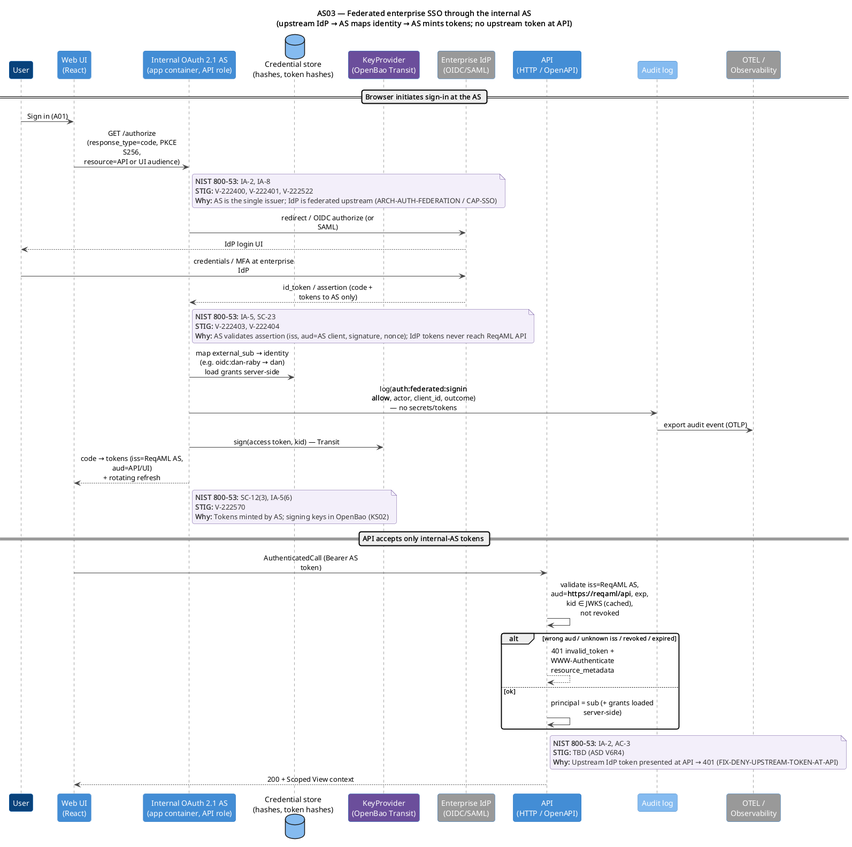
Above: docs/design/c4/sequences/AS03-federated-sso-via-as.png in danrabydev/sdoc-intake (PlantUML), before the change.
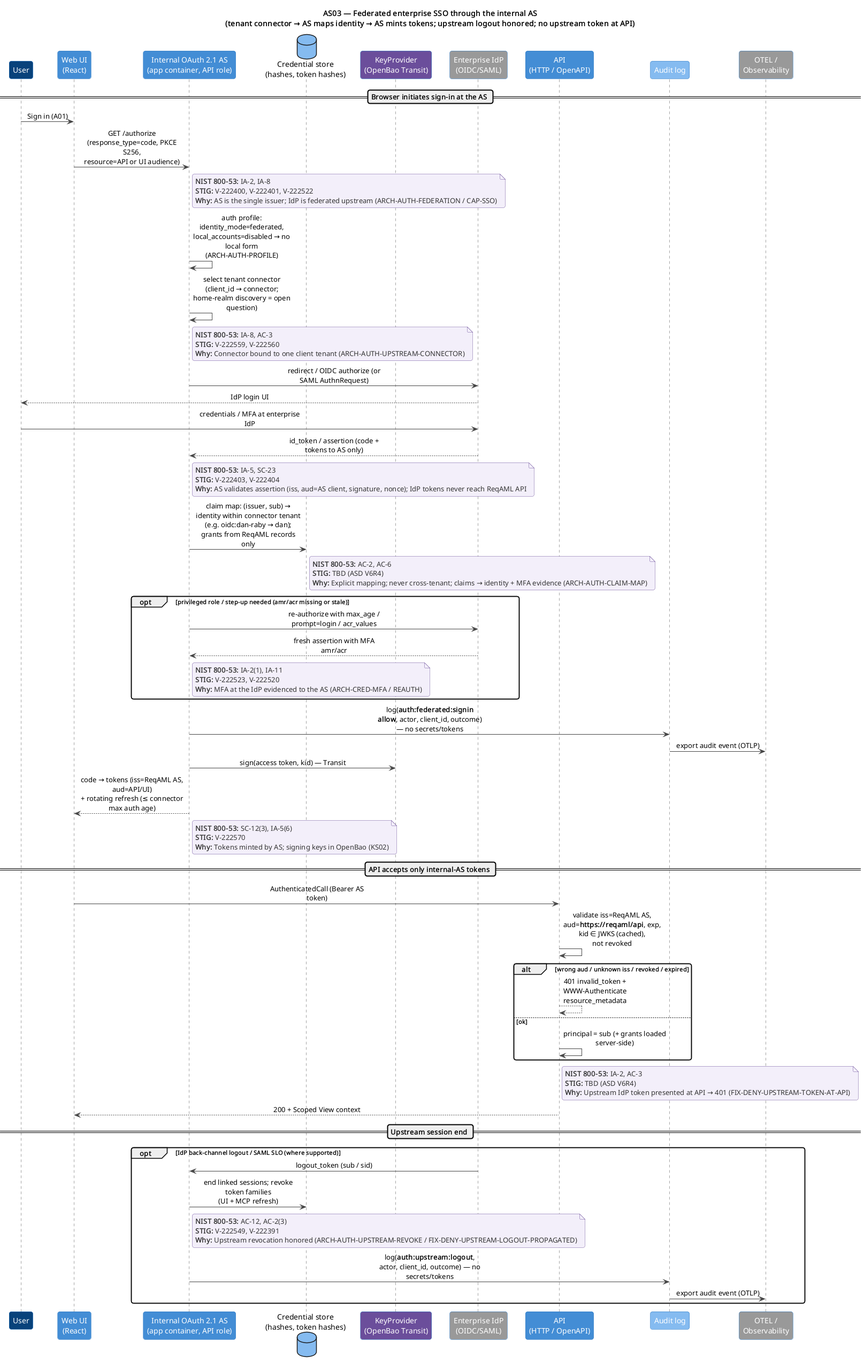
After the commit.

Diff of the diagram source:
```diff
@@ -1,7 +1,7 @@
 @startuml AS03-federated-sso-via-as
 !include ../includes/C4_Sequence_Macros.puml
 
-title AS03 — Federated enterprise SSO through the internal AS\n(upstream IdP → AS maps identity → AS mints tokens; no upstream token at API)
+title AS03 — Federated enterprise SSO through the internal AS\n(tenant connector → AS maps identity → AS mints tokens; upstream logout honored; no upstream token at API)
 
 C4Seq_User()
 C4Seq_WebUI()
@@ -19,16 +19,28 @@
 seqWebUI -> seqAuthServer : GET /authorize (response_type=code, PKCE S256,\nresource=API or UI audience)
 ControlNote(seqAuthServer, "IA-2, IA-8", "V-222400, V-222401, V-222522", "AS is the single issuer; IdP is federated upstream (ARCH-AUTH-FEDERATION / CAP-SSO)")
 
-seqAuthServer -> seqIdP : redirect / OIDC authorize (or SAML)
+seqAuthServer -> seqAuthServer : auth profile: identity_mode=federated,\nlocal_accounts=disabled → no local form (ARCH-AUTH-PROFILE)
+seqAuthServer -> seqAuthServer : select tenant connector (client_id → connector;\nhome-realm discovery = open question)
+ControlNote(seqAuthServer, "IA-8, AC-3", "V-222559, V-222560", "Connector bound to one client tenant (ARCH-AUTH-UPSTREAM-CONNECTOR)")
+
+seqAuthServer -> seqIdP : redirect / OIDC authorize (or SAML AuthnRequest)
 seqIdP --> seqUser : IdP login UI
 seqUser -> seqIdP : credentials / MFA at enterprise IdP
 seqIdP --> seqAuthServer : id_token / assertion (code + tokens to AS only)
 ControlNote(seqAuthServer, "IA-5, SC-23", "V-222403, V-222404", "AS validates assertion (iss, aud=AS client, signature, nonce); IdP tokens never reach ReqAML API")
 
-seqAuthServer -> seqCredStore : map external_sub → identity (e.g. oidc:dan-raby → dan)\nload grants server-side
+seqAuthServer -> seqCredStore : claim map: (issuer, sub) → identity within connector tenant\n(e.g. oidc:dan-raby → dan); grants from ReqAML records only
+ControlNote(seqCredStore, "AC-2, AC-6", "TBD (ASD V6R4)", "Explicit mapping; never cross-tenant; claims → identity + MFA evidence (ARCH-AUTH-CLAIM-MAP)")
+
+opt privileged role / step-up needed (amr/acr missing or stale)
+  seqAuthServer -> seqIdP : re-authorize with max_age / prompt=login / acr_values
+  seqIdP --> seqAuthServer : fresh assertion with MFA amr/acr
+  ControlNote(seqAuthServer, "IA-2(1), IA-11", "V-222523, V-222520", "MFA at the IdP evidenced to the AS (ARCH-CRED-MFA / REAUTH)")
+end
+
 AuthAuditLog("auth:federated:signin allow")
 seqAuthServer -> seqKeyProvider : sign(access token, kid) — Transit
-seqAuthServer --> seqWebUI : code → tokens (iss=ReqAML AS, aud=API/UI)\n+ rotating refresh
+seqAuthServer --> seqWebUI : code → tokens (iss=ReqAML AS, aud=API/UI)\n+ rotating refresh (≤ connector max auth age)
 ControlNote(seqAuthServer, "SC-12(3), IA-5(6)", "V-222570", "Tokens minted by AS; signing keys in OpenBao (KS02)")
 
 == API accepts only internal-AS tokens ==
@@ -38,4 +50,13 @@
 ControlNote(seqAPI, "IA-2, AC-3", "TBD (ASD V6R4)", "Upstream IdP token presented at API → 401 (FIX-DENY-UPSTREAM-TOKEN-AT-API)")
 seqAPI --> seqWebUI : 200 + Scoped View context
 
+== Upstream session end ==
+
+opt IdP back-channel logout / SAML SLO (where supported)
+  seqIdP -> seqAuthServer : logout_token (sub / sid)
+  seqAuthServer -> seqCredStore : end linked sessions; revoke token families\n(UI + MCP refresh)
+  ControlNote(seqAuthServer, "AC-12, AC-2(3)", "V-222549, V-222391", "Upstream revocation honored (ARCH-AUTH-UPSTREAM-REVOKE / FIX-DENY-UPSTREAM-LOGOUT-PROPAGATED)")
+  AuthAuditLog("auth:upstream:logout")
+end
+
 @enduml
```
